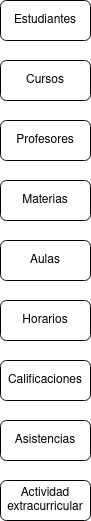
This is Unidad-1/Tareas/Tareas-evaluables/Tarea-evaluable-1/Ejercicio-evaluable-1.drawio.png from LuisMGlez/base-datos, a draw.io export, as it was before one commit. Source tidied: cells renumbered, new cells last; positions are measured from the earlier drawing's top-left corner, leaving out a move shared by most shapes.
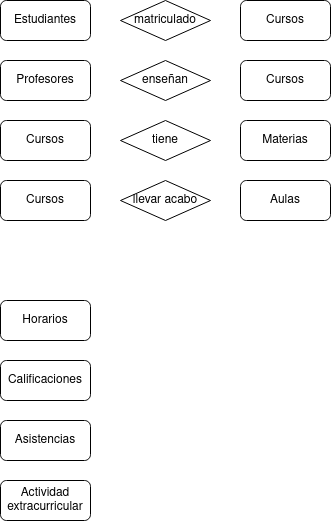
After the commit.

Change to the diagram source:
```diff
@@ -3,7 +3,7 @@
     <mxCell id="0" />
     <mxCell id="1" parent="0" />
     <mxCell id="2" value="Profesores" style="rounded=1;whiteSpace=wrap;html=1;" parent="1" vertex="1">
-      <mxGeometry y="120" width="90" height="40" as="geometry" />
+      <mxGeometry y="60" width="90" height="40" as="geometry" />
     </mxCell>
     <mxCell id="3" value="Actividad extracurricular" style="rounded=1;whiteSpace=wrap;html=1;" parent="1" vertex="1">
       <mxGeometry y="480" width="90" height="40" as="geometry" />
@@ -18,16 +18,37 @@
       <mxGeometry y="300" width="90" height="40" as="geometry" />
     </mxCell>
     <mxCell id="7" value="Aulas" style="rounded=1;whiteSpace=wrap;html=1;" parent="1" vertex="1">
-      <mxGeometry y="240" width="90" height="40" as="geometry" />
+      <mxGeometry x="240" y="180" width="90" height="40" as="geometry" />
     </mxCell>
     <mxCell id="8" value="Materias" style="rounded=1;whiteSpace=wrap;html=1;" parent="1" vertex="1">
-      <mxGeometry y="180" width="90" height="40" as="geometry" />
+      <mxGeometry x="240" y="120" width="90" height="40" as="geometry" />
     </mxCell>
     <mxCell id="9" value="Cursos" style="rounded=1;whiteSpace=wrap;html=1;" parent="1" vertex="1">
-      <mxGeometry y="60" width="90" height="40" as="geometry" />
+      <mxGeometry x="240" width="90" height="40" as="geometry" />
     </mxCell>
     <mxCell id="10" value="Estudiantes" style="rounded=1;whiteSpace=wrap;html=1;" parent="1" vertex="1">
       <mxGeometry width="90" height="40" as="geometry" />
     </mxCell>
+    <mxCell id="11" value="matriculado" style="rhombus;whiteSpace=wrap;html=1;" parent="1" vertex="1">
+      <mxGeometry x="120" width="90" height="40" as="geometry" />
+    </mxCell>
+    <mxCell id="12" value="Cursos" style="rounded=1;whiteSpace=wrap;html=1;" parent="1" vertex="1">
+      <mxGeometry x="240" y="60" width="90" height="40" as="geometry" />
+    </mxCell>
+    <mxCell id="13" value="enseñan" style="rhombus;whiteSpace=wrap;html=1;" parent="1" vertex="1">
+      <mxGeometry x="120" y="60" width="90" height="40" as="geometry" />
+    </mxCell>
+    <mxCell id="14" value="Cursos" style="rounded=1;whiteSpace=wrap;html=1;" parent="1" vertex="1">
+      <mxGeometry y="120" width="90" height="40" as="geometry" />
+    </mxCell>
+    <mxCell id="15" value="tiene" style="rhombus;whiteSpace=wrap;html=1;" parent="1" vertex="1">
+      <mxGeometry x="120" y="120" width="90" height="40" as="geometry" />
+    </mxCell>
+    <mxCell id="16" value="Cursos" style="rounded=1;whiteSpace=wrap;html=1;" parent="1" vertex="1">
+      <mxGeometry y="180" width="90" height="40" as="geometry" />
+    </mxCell>
+    <mxCell id="17" value="llevar acabo" style="rhombus;whiteSpace=wrap;html=1;" parent="1" vertex="1">
+      <mxGeometry x="120" y="180" width="90" height="40" as="geometry" />
+    </mxCell>
   </root>
 </mxGraphModel>
```
